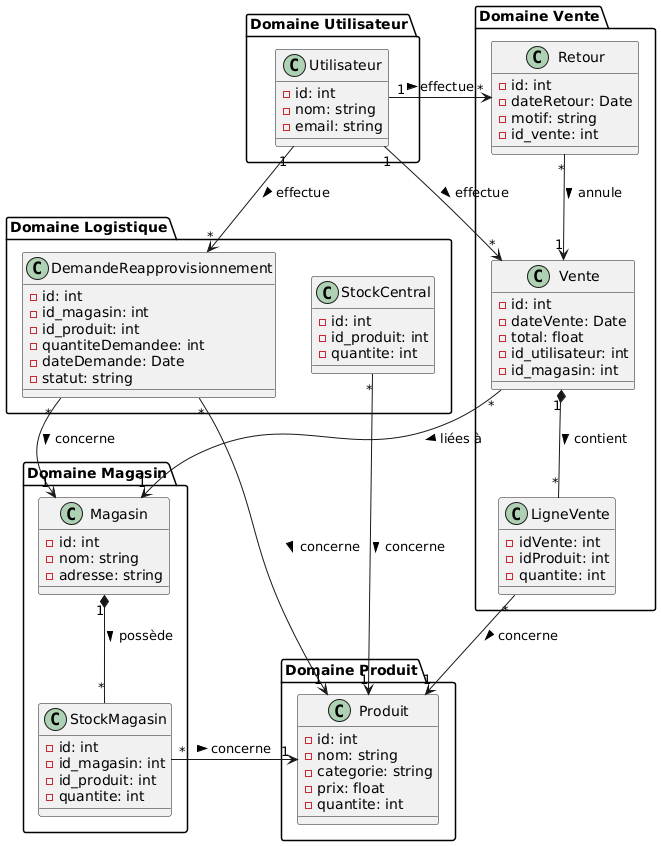
The PlantUML diagram img/DiagrammeClasses.png in Anass1707/LOG430-labos, before a commit.
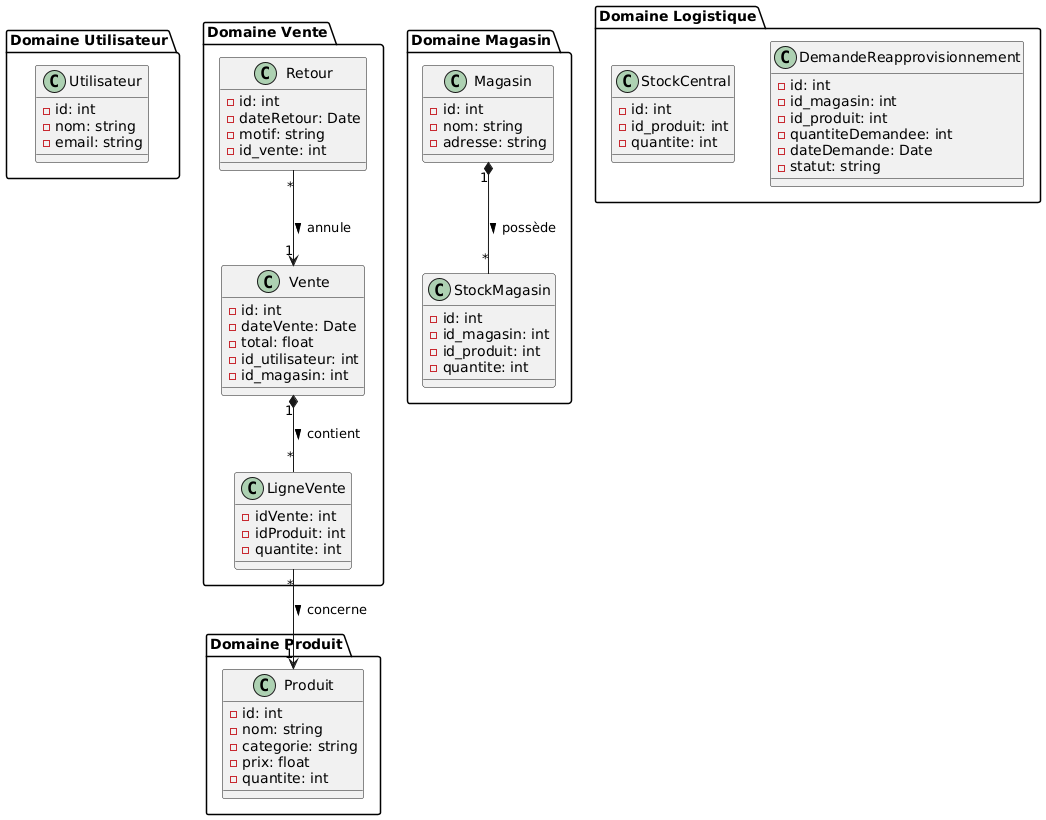
After the commit.

The edit, as a diff of the source:
```diff
@@ -70,16 +70,8 @@
   }
 }
 
-Utilisateur "1" -right-> "*" Vente : effectue >
-Utilisateur "1" -right-> "*" Retour : effectue >
-Utilisateur "1" --> "*" DemandeReapprovisionnement : effectue >
 Vente "1" *-- "*" LigneVente : contient >
 LigneVente "*" --> "1" Produit : concerne >
-Vente "*" --> "1" Magasin : liées à >
 Retour "*" --> "1" Vente : annule >
 Magasin "1" *-- "*" StockMagasin : possède >
-StockMagasin "*" -right-> "1" Produit : concerne >
-StockCentral "*" --> "1" Produit : concerne >
-DemandeReapprovisionnement "*" --> "1" Magasin : concerne >
-DemandeReapprovisionnement "*" --> "1" Produit : concerne >
 @enduml
```
